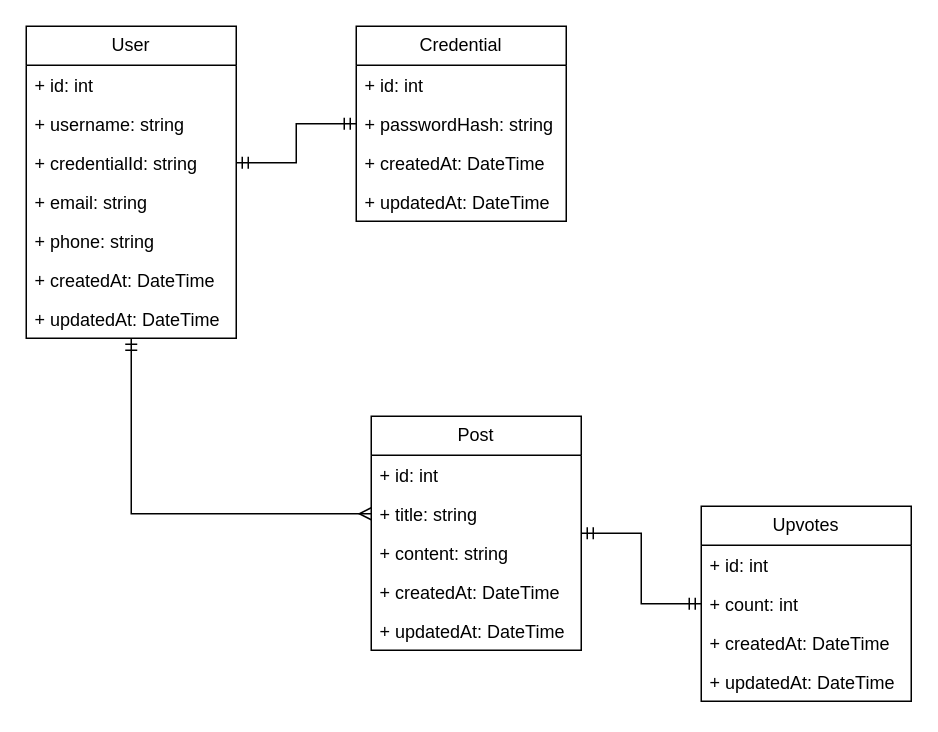
This is page "Class Diagram" (2 of 5) of Vitals.drawio from data-miner00/Vitals, a draw.io file, before an edit. Source tidied: cells renumbered, new cells numbered last; positions are measured from the earlier drawing's top-left corner, leaving out a move shared by most shapes. Both pictures are drawn from the tidied source at 150%, with x=0, y=0 at pixel (26, 26).
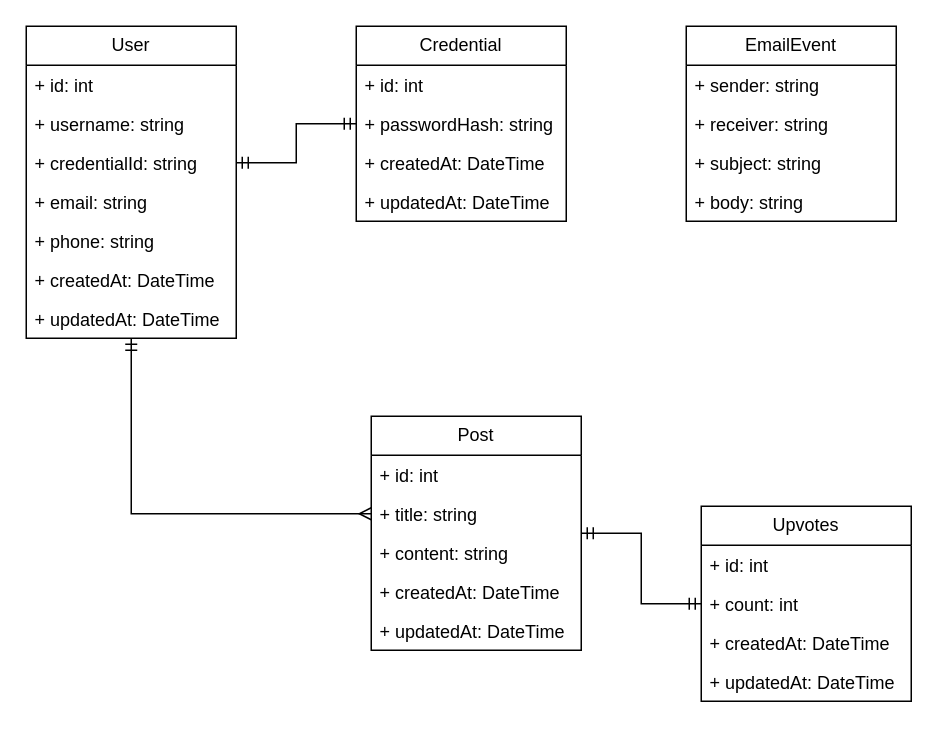
Above is the later version.

Change to the diagram source:
```diff
@@
+    <mxCell id="29" value="EmailEvent" style="swimlane;fontStyle=0;horizontal=1;startSize=26;fillColor=none;whiteSpace=wrap;html=1;" parent="1" vertex="1">
+      <mxGeometry x="440" width="140" height="130" as="geometry" />
+    </mxCell>
+    <mxCell id="30" value="+ sender: string" style="text;strokeColor=none;fillColor=none;align=left;verticalAlign=top;spacingLeft=4;spacingRight=4;overflow=hidden;whiteSpace=wrap;html=1;" parent="29" vertex="1">
+      <mxGeometry y="26" width="140" height="26" as="geometry" />
+    </mxCell>
+    <mxCell id="31" value="+ receiver: string" style="text;strokeColor=none;fillColor=none;align=left;verticalAlign=top;spacingLeft=4;spacingRight=4;overflow=hidden;whiteSpace=wrap;html=1;" parent="29" vertex="1">
+      <mxGeometry y="52" width="140" height="26" as="geometry" />
+    </mxCell>
+    <mxCell id="32" value="+ subject: string" style="text;strokeColor=none;fillColor=none;align=left;verticalAlign=top;spacingLeft=4;spacingRight=4;overflow=hidden;whiteSpace=wrap;html=1;" parent="29" vertex="1">
+      <mxGeometry y="78" width="140" height="26" as="geometry" />
+    </mxCell>
+    <mxCell id="33" value="+ body: string" style="text;strokeColor=none;fillColor=none;align=left;verticalAlign=top;spacingLeft=4;spacingRight=4;overflow=hidden;whiteSpace=wrap;html=1;" parent="29" vertex="1">
+      <mxGeometry y="104" width="140" height="26" as="geometry" />
+    </mxCell>
```
